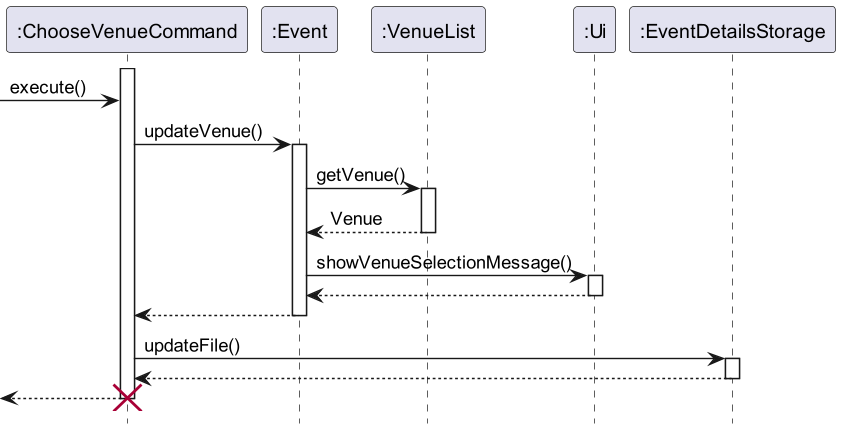
The PlantUML diagram docs/UML/Image/chooseVenueCommand.png in nus-cs2113-AY2223S2/tp, before a commit.
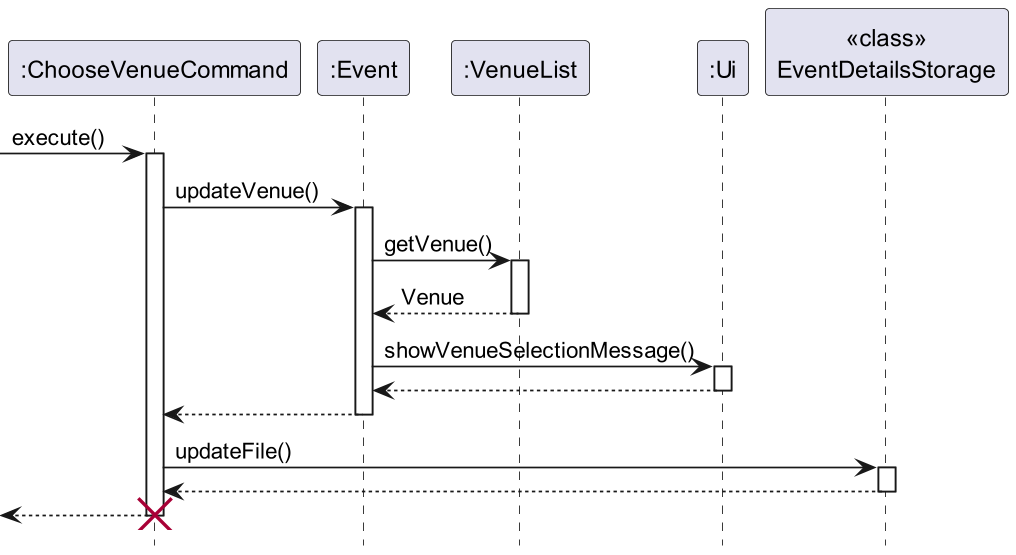
After the change.

The edit, as a diff of the source:
```diff
@@ -1,8 +1,10 @@
 @startuml
 
 hide footbox
+
+-> ":ChooseVenueCommand": execute()
+
 activate ":ChooseVenueCommand"
--> ":ChooseVenueCommand": execute()
 
 ":ChooseVenueCommand" -> ":Event": updateVenue()
 activate ":Event"
@@ -17,11 +19,11 @@
 ":Event" --> ":ChooseVenueCommand":
 deactivate ":Event"
 
-":ChooseVenueCommand" -> ":EventDetailsStorage": updateFile()
-activate ":EventDetailsStorage"
-":EventDetailsStorage" --> ":ChooseVenueCommand":
+":ChooseVenueCommand" -> "<<class>>\nEventDetailsStorage": updateFile()
+activate "<<class>>\nEventDetailsStorage"
+"<<class>>\nEventDetailsStorage" --> ":ChooseVenueCommand":
 
-deactivate ":EventDetailsStorage"
+deactivate "<<class>>\nEventDetailsStorage"
 <-- ":ChooseVenueCommand"
 
 deactivate ":ChooseVenueCommand"
```
